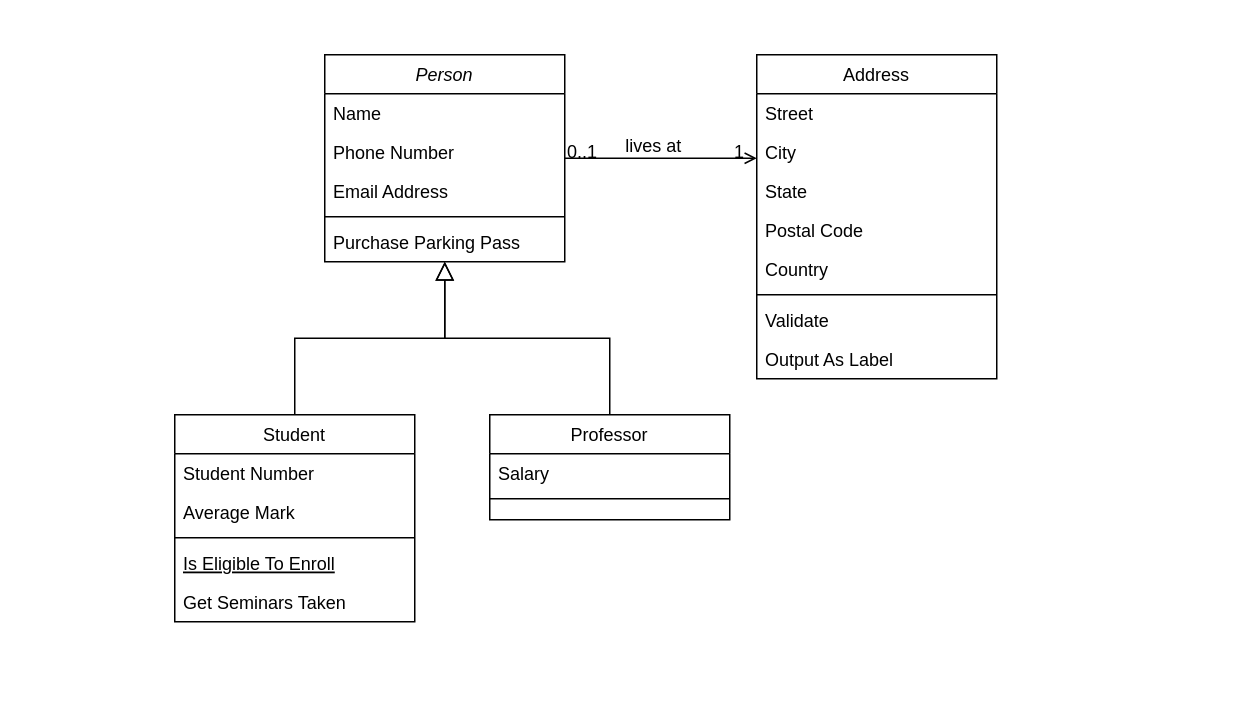
This is Chapter2/ClassDiagram.drawio from profjordanov/phd, a draw.io file, before an edit. Source tidied: cells renumbered, new cells numbered last; positions are measured from the earlier drawing's top-left corner, leaving out a move shared by most shapes. Both pictures are drawn from the tidied source at 150%, with x=0, y=0 at pixel (174, 54).
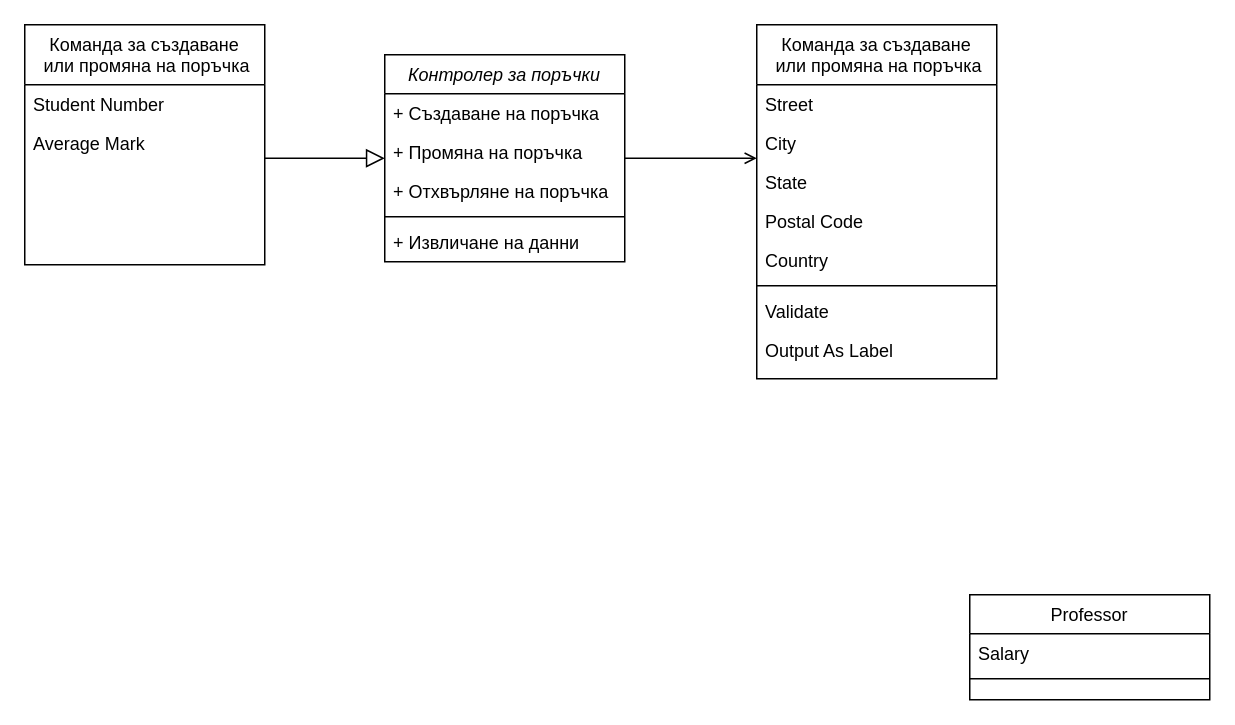
The same diagram, later.

Diff of the diagram source:
```diff
@@
-    <mxCell id="2" value="Person" style="swimlane;fontStyle=2;align=center;verticalAlign=top;horizontal=1;startSize=26;rounded=0;shadow=0;strokeWidth=1;" parent="1" vertex="1">
-      <mxGeometry x="100" width="160" height="138" as="geometry" />
+    <mxCell id="2" value="Контролер за поръчки" style="swimlane;fontStyle=2;align=center;verticalAlign=top;horizontal=1;startSize=26;rounded=0;shadow=0;strokeWidth=1;" parent="1" vertex="1">
+      <mxGeometry x="140" width="160" height="138" as="geometry" />
     </mxCell>
-    <mxCell id="3" value="Name" style="text;align=left;verticalAlign=top;spacingLeft=4;spacingRight=4;overflow=hidden;" parent="2" vertex="1">
+    <mxCell id="3" value="+ Създаване на поръчка" style="text;align=left;verticalAlign=top;spacingLeft=4;spacingRight=4;overflow=hidden;" parent="2" vertex="1">
       <mxGeometry y="26" width="160" height="26" as="geometry" />
     </mxCell>
-    <mxCell id="4" value="Phone Number" style="text;align=left;verticalAlign=top;spacingLeft=4;spacingRight=4;overflow=hidden;rounded=0;shadow=0;html=0;" parent="2" vertex="1">
+    <mxCell id="4" value="+ Промяна на поръчка" style="text;align=left;verticalAlign=top;spacingLeft=4;spacingRight=4;overflow=hidden;rounded=0;shadow=0;html=0;" parent="2" vertex="1">
       <mxGeometry y="52" width="160" height="26" as="geometry" />
     </mxCell>
-    <mxCell id="5" value="Email Address" style="text;align=left;verticalAlign=top;spacingLeft=4;spacingRight=4;overflow=hidden;rounded=0;shadow=0;html=0;" parent="2" vertex="1">
+    <mxCell id="5" value="+ Отхвърляне на поръчка" style="text;align=left;verticalAlign=top;spacingLeft=4;spacingRight=4;overflow=hidden;rounded=0;shadow=0;html=0;" parent="2" vertex="1">
       <mxGeometry y="78" width="160" height="26" as="geometry" />
     </mxCell>
@@
-    <mxCell id="7" value="Purchase Parking Pass" style="text;align=left;verticalAlign=top;spacingLeft=4;spacingRight=4;overflow=hidden;" parent="2" vertex="1">
+    <mxCell id="7" value="+ Извличане на данни" style="text;align=left;verticalAlign=top;spacingLeft=4;spacingRight=4;overflow=hidden;" parent="2" vertex="1">
       <mxGeometry y="112" width="160" height="26" as="geometry" />
     </mxCell>
-    <mxCell id="8" value="Student" style="swimlane;fontStyle=0;align=center;verticalAlign=top;horizontal=1;startSize=26;rounded=0;shadow=0;strokeWidth=1;" parent="1" vertex="1">
-      <mxGeometry y="240" width="160" height="138" as="geometry" />
+    <mxCell id="8" value="Команда за създаване&#10; или промяна на поръчка" style="swimlane;fontStyle=0;align=center;verticalAlign=top;horizontal=1;startSize=40;rounded=0;shadow=0;strokeWidth=1;" parent="1" vertex="1">
+      <mxGeometry x="-100" y="-20" width="160" height="160" as="geometry" />
     </mxCell>
     <mxCell id="9" value="Student Number" style="text;align=left;verticalAlign=top;spacingLeft=4;spacingRight=4;overflow=hidden;" parent="8" vertex="1">
-      <mxGeometry y="26" width="160" height="26" as="geometry" />
+      <mxGeometry y="40" width="160" height="26" as="geometry" />
     </mxCell>
     <mxCell id="10" value="Average Mark" style="text;align=left;verticalAlign=top;spacingLeft=4;spacingRight=4;overflow=hidden;rounded=0;shadow=0;html=0;" parent="8" vertex="1">
-      <mxGeometry y="52" width="160" height="26" as="geometry" />
+      <mxGeometry y="66" width="160" height="26" as="geometry" />
     </mxCell>
-    <mxCell id="11" style="line;html=1;strokeWidth=1;align=left;verticalAlign=middle;spacingTop=-1;spacingLeft=3;spacingRight=3;labelPosition=right;" parent="8" vertex="1">
-      <mxGeometry y="78" width="160" height="8" as="geometry" />
-    </mxCell>
-    <mxCell id="12" value="Is Eligible To Enroll" style="text;align=left;verticalAlign=top;spacingLeft=4;spacingRight=4;overflow=hidden;fontStyle=4;" parent="8" vertex="1">
-      <mxGeometry y="86" width="160" height="26" as="geometry" />
-    </mxCell>
-    <mxCell id="13" value="Get Seminars Taken" style="text;align=left;verticalAlign=top;spacingLeft=4;spacingRight=4;overflow=hidden;" parent="8" vertex="1">
-      <mxGeometry y="112" width="160" height="26" as="geometry" />
-    </mxCell>
@@
     <mxCell id="15" value="Professor" style="swimlane;fontStyle=0;align=center;verticalAlign=top;horizontal=1;startSize=26;rounded=0;shadow=0;strokeWidth=1;" parent="1" vertex="1">
-      <mxGeometry x="210" y="240" width="160" height="70" as="geometry" />
+      <mxGeometry x="530" y="360" width="160" height="70" as="geometry" />
     </mxCell>
@@
-    <mxCell id="18" style="endArrow=block;endSize=10;endFill=0;shadow=0;strokeWidth=1;rounded=0;curved=0;edgeStyle=elbowEdgeStyle;elbow=vertical;" parent="1" edge="1" source="15" target="2">
-      <mxGeometry relative="1" as="geometry" />
-    </mxCell>
-    <mxCell id="19" value="Address" style="swimlane;fontStyle=0;align=center;verticalAlign=top;horizontal=1;startSize=26;rounded=0;shadow=0;strokeWidth=1;" parent="1" vertex="1">
-      <mxGeometry x="388" width="160" height="216" as="geometry" />
+    <mxCell id="19" value="Команда за създаване&#10; или промяна на поръчка" style="swimlane;fontStyle=0;align=center;verticalAlign=top;horizontal=1;startSize=40;rounded=0;shadow=0;strokeWidth=1;" parent="1" vertex="1">
+      <mxGeometry x="388" y="-20" width="160" height="236" as="geometry" />
     </mxCell>
     <mxCell id="20" value="Street" style="text;align=left;verticalAlign=top;spacingLeft=4;spacingRight=4;overflow=hidden;" parent="19" vertex="1">
-      <mxGeometry y="26" width="160" height="26" as="geometry" />
+      <mxGeometry y="40" width="160" height="26" as="geometry" />
     </mxCell>
     <mxCell id="21" value="City" style="text;align=left;verticalAlign=top;spacingLeft=4;spacingRight=4;overflow=hidden;rounded=0;shadow=0;html=0;" parent="19" vertex="1">
-      <mxGeometry y="52" width="160" height="26" as="geometry" />
+      <mxGeometry y="66" width="160" height="26" as="geometry" />
     </mxCell>
     <mxCell id="22" value="State" style="text;align=left;verticalAlign=top;spacingLeft=4;spacingRight=4;overflow=hidden;rounded=0;shadow=0;html=0;" parent="19" vertex="1">
-      <mxGeometry y="78" width="160" height="26" as="geometry" />
+      <mxGeometry y="92" width="160" height="26" as="geometry" />
     </mxCell>
     <mxCell id="23" value="Postal Code" style="text;align=left;verticalAlign=top;spacingLeft=4;spacingRight=4;overflow=hidden;rounded=0;shadow=0;html=0;" parent="19" vertex="1">
-      <mxGeometry y="104" width="160" height="26" as="geometry" />
+      <mxGeometry y="118" width="160" height="26" as="geometry" />
     </mxCell>
     <mxCell id="24" value="Country" style="text;align=left;verticalAlign=top;spacingLeft=4;spacingRight=4;overflow=hidden;rounded=0;shadow=0;html=0;" parent="19" vertex="1">
-      <mxGeometry y="130" width="160" height="26" as="geometry" />
+      <mxGeometry y="144" width="160" height="26" as="geometry" />
     </mxCell>
     <mxCell id="25" style="line;html=1;strokeWidth=1;align=left;verticalAlign=middle;spacingTop=-1;spacingLeft=3;spacingRight=3;labelPosition=right;" parent="19" vertex="1">
-      <mxGeometry y="156" width="160" height="8" as="geometry" />
+      <mxGeometry y="170" width="160" height="8" as="geometry" />
     </mxCell>
     <mxCell id="26" value="Validate" style="text;align=left;verticalAlign=top;spacingLeft=4;spacingRight=4;overflow=hidden;" parent="19" vertex="1">
-      <mxGeometry y="164" width="160" height="26" as="geometry" />
+      <mxGeometry y="178" width="160" height="26" as="geometry" />
     </mxCell>
     <mxCell id="27" value="Output As Label" style="text;align=left;verticalAlign=top;spacingLeft=4;spacingRight=4;overflow=hidden;" parent="19" vertex="1">
-      <mxGeometry y="190" width="160" height="26" as="geometry" />
+      <mxGeometry y="204" width="160" height="26" as="geometry" />
     </mxCell>
-    <mxCell id="28" style="endArrow=open;shadow=0;strokeWidth=1;rounded=0;curved=0;endFill=1;edgeStyle=elbowEdgeStyle;elbow=vertical;" parent="1" edge="1" source="2" target="19">
+    <mxCell id="28" style="endArrow=open;shadow=0;strokeWidth=1;rounded=0;curved=0;endFill=1;edgeStyle=elbowEdgeStyle;elbow=vertical;" parent="1" edge="1" source="2">
       <mxGeometry x="0.5" y="41" relative="1" as="geometry">
+        <mxPoint x="388" y="69" as="targetPoint" />
         <mxPoint x="-40" y="32" as="offset" />
       </mxGeometry>
     </mxCell>
-    <mxCell id="29" value="0..1" style="align=left;verticalAlign=bottom;labelBackgroundColor=none;fontSize=12;" parent="28" vertex="1">
-      <mxGeometry x="-1" relative="1" as="geometry">
-        <mxPoint y="4" as="offset" />
-      </mxGeometry>
-    </mxCell>
-    <mxCell id="30" value="1" style="align=right;verticalAlign=bottom;labelBackgroundColor=none;fontSize=12;" parent="28" vertex="1">
-      <mxGeometry x="1" relative="1" as="geometry">
-        <mxPoint x="-7" y="4" as="offset" />
-      </mxGeometry>
-    </mxCell>
-    <mxCell id="31" value="lives at" style="text;html=1;align=center;verticalAlign=middle;labelBackgroundColor=none;rounded=0;shadow=0;strokeWidth=1;fontSize=12;" parent="28" vertex="1">
-      <mxGeometry x="0.5" y="49" relative="1" as="geometry">
-        <mxPoint x="-38" y="40" as="offset" />
-      </mxGeometry>
-    </mxCell>
```
